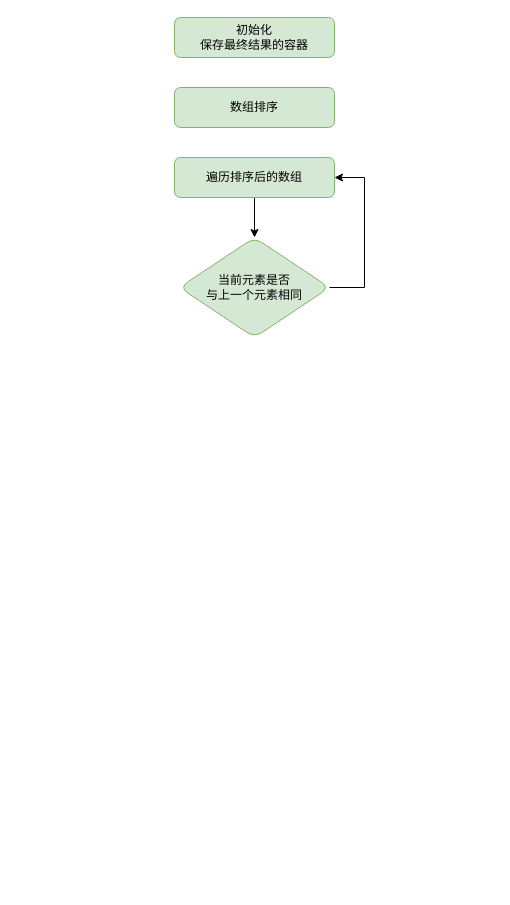
Above: 未命名绘图.drawio in HonyoLAN/telmy (draw.io), before the change. Source tidied: cells renumbered, new cells numbered last; positions are measured from the earlier drawing's top-left corner, leaving out a move shared by most shapes. Both pictures are drawn from the tidied source at 100%, with x=0, y=0 at pixel (174, 17).
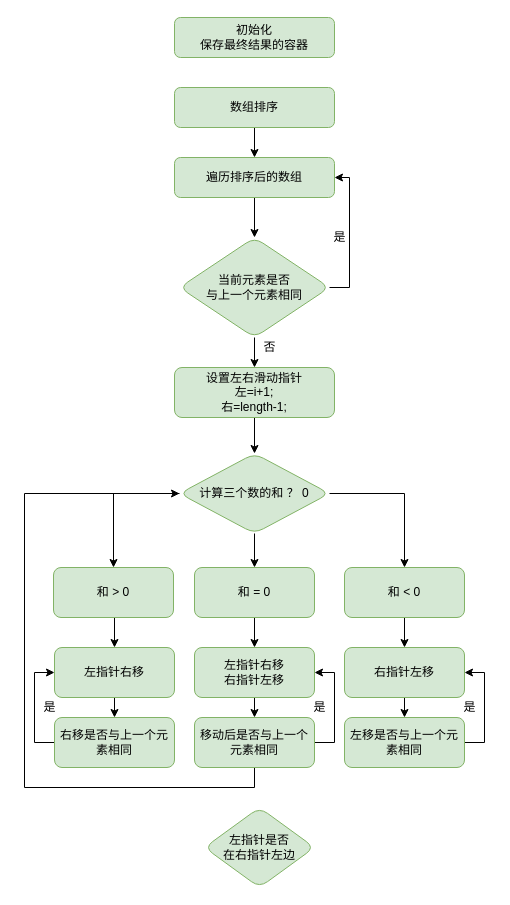
After the change.

Commit message (it also covers changes not shown here):
更新未命名绘图.drawio

Unchanged cells that the change refers to:
```xml
<mxCell id="3" value="数组排序" style="rounded=1;whiteSpace=wrap;html=1;fillColor=#d5e8d4;strokeColor=#82b366;" parent="1" vertex="1">
  <mxGeometry y="70" width="160" height="40" as="geometry" />
</mxCell>
<mxCell id="5" value="遍历排序后的数组" style="rounded=1;whiteSpace=wrap;html=1;fillColor=#d5e8d4;strokeColor=#82b366;" parent="1" vertex="1">
  <mxGeometry y="140" width="160" height="40" as="geometry" />
</mxCell>
<mxCell id="7" value="当前元素是否&lt;br&gt;与上一个元素相同" style="rhombus;whiteSpace=wrap;html=1;fillColor=#d5e8d4;strokeColor=#82b366;rounded=1;" parent="1" vertex="1">
  <mxGeometry x="5" y="220" width="150" height="100" as="geometry" />
</mxCell>
```

What changed in the source:
```diff
@@
+    <mxCell id="8" style="edgeStyle=orthogonalEdgeStyle;rounded=0;jettySize=auto;html=1;exitX=0.5;exitY=1;exitDx=0;exitDy=0;entryX=0.5;entryY=0;entryDx=0;entryDy=0;" parent="1" edge="1" source="3" target="5">
+      <mxGeometry relative="1" as="geometry" />
+    </mxCell>
@@
     <mxCell id="6" style="edgeStyle=orthogonalEdgeStyle;rounded=0;jettySize=auto;html=1;exitX=1;exitY=0.5;exitDx=0;exitDy=0;entryX=1;entryY=0.5;entryDx=0;entryDy=0;" parent="1" edge="1" source="7" target="5">
-      <mxGeometry relative="1" as="geometry">
-        <Array as="points">
-          <mxPoint x="190" y="270" />
-          <mxPoint x="190" y="160" />
-        </Array>
-      </mxGeometry>
+      <mxGeometry relative="1" as="geometry" />
     </mxCell>
+    <mxCell id="9" style="edgeStyle=orthogonalEdgeStyle;rounded=0;jettySize=auto;html=1;exitX=0.5;exitY=1;exitDx=0;exitDy=0;entryX=0.5;entryY=0;entryDx=0;entryDy=0;" parent="1" edge="1" source="7" target="12">
+      <mxGeometry relative="1" as="geometry" />
+    </mxCell>
@@
+    <mxCell id="10" value="是" style="text;html=1;align=center;verticalAlign=middle;strokeColor=none;fillColor=none;" parent="1" vertex="1">
+      <mxGeometry x="150" y="210" width="30" height="20" as="geometry" />
+    </mxCell>
+    <mxCell id="11" style="edgeStyle=orthogonalEdgeStyle;rounded=0;jettySize=auto;html=1;exitX=0.5;exitY=1;exitDx=0;exitDy=0;entryX=0.5;entryY=0;entryDx=0;entryDy=0;" parent="1" edge="1" source="12" target="17">
+      <mxGeometry relative="1" as="geometry" />
+    </mxCell>
+    <mxCell id="12" value="设置左右滑动指针&lt;br&gt;左=i+1;&lt;br&gt;右=length-1;" style="rounded=1;whiteSpace=wrap;html=1;fillColor=#d5e8d4;strokeColor=#82b366;" parent="1" vertex="1">
+      <mxGeometry y="350" width="160" height="50" as="geometry" />
+    </mxCell>
+    <mxCell id="13" value="否" style="text;html=1;align=center;verticalAlign=middle;strokeColor=none;fillColor=none;" parent="1" vertex="1">
+      <mxGeometry x="80" y="320" width="30" height="20" as="geometry" />
+    </mxCell>
+    <mxCell id="14" style="edgeStyle=orthogonalEdgeStyle;rounded=0;jettySize=auto;html=1;exitX=0;exitY=0.5;exitDx=0;exitDy=0;entryX=0.5;entryY=0;entryDx=0;entryDy=0;" parent="1" edge="1" source="17" target="19">
+      <mxGeometry relative="1" as="geometry" />
+    </mxCell>
+    <mxCell id="15" style="edgeStyle=orthogonalEdgeStyle;rounded=0;jettySize=auto;html=1;exitX=0.5;exitY=1;exitDx=0;exitDy=0;entryX=0.5;entryY=0;entryDx=0;entryDy=0;" parent="1" edge="1" source="17" target="21">
+      <mxGeometry relative="1" as="geometry" />
+    </mxCell>
+    <mxCell id="16" style="edgeStyle=orthogonalEdgeStyle;rounded=0;jettySize=auto;html=1;exitX=1;exitY=0.5;exitDx=0;exitDy=0;entryX=0.5;entryY=0;entryDx=0;entryDy=0;" parent="1" edge="1" source="17" target="23">
+      <mxGeometry relative="1" as="geometry" />
+    </mxCell>
+    <mxCell id="17" value="计算三个数的和&amp;nbsp;？ 0" style="rhombus;whiteSpace=wrap;html=1;fillColor=#d5e8d4;strokeColor=#82b366;rounded=1;" parent="1" vertex="1">
+      <mxGeometry x="5" y="436" width="150" height="80" as="geometry" />
+    </mxCell>
+    <mxCell id="18" style="edgeStyle=orthogonalEdgeStyle;rounded=0;jettySize=auto;html=1;exitX=0.5;exitY=1;exitDx=0;exitDy=0;entryX=0.5;entryY=0;entryDx=0;entryDy=0;" parent="1" edge="1" source="19" target="25">
+      <mxGeometry relative="1" as="geometry" />
+    </mxCell>
+    <mxCell id="19" value="和 &amp;gt; 0" style="rounded=1;whiteSpace=wrap;html=1;fillColor=#d5e8d4;strokeColor=#82b366;" parent="1" vertex="1">
+      <mxGeometry x="-121" y="550" width="120" height="50" as="geometry" />
+    </mxCell>
+    <mxCell id="20" style="edgeStyle=orthogonalEdgeStyle;rounded=0;jettySize=auto;html=1;exitX=0.5;exitY=1;exitDx=0;exitDy=0;entryX=0.5;entryY=0;entryDx=0;entryDy=0;" parent="1" edge="1" source="21" target="29">
+      <mxGeometry relative="1" as="geometry" />
+    </mxCell>
+    <mxCell id="21" value="和 = 0" style="rounded=1;whiteSpace=wrap;html=1;fillColor=#d5e8d4;strokeColor=#82b366;" parent="1" vertex="1">
+      <mxGeometry x="20" y="550" width="120" height="50" as="geometry" />
+    </mxCell>
+    <mxCell id="22" style="edgeStyle=orthogonalEdgeStyle;rounded=0;jettySize=auto;html=1;exitX=0.5;exitY=1;exitDx=0;exitDy=0;entryX=0.5;entryY=0;entryDx=0;entryDy=0;" parent="1" edge="1" source="23" target="27">
+      <mxGeometry relative="1" as="geometry" />
+    </mxCell>
+    <mxCell id="23" value="和 &amp;lt; 0" style="rounded=1;whiteSpace=wrap;html=1;fillColor=#d5e8d4;strokeColor=#82b366;" parent="1" vertex="1">
+      <mxGeometry x="170" y="550" width="120" height="50" as="geometry" />
+    </mxCell>
+    <mxCell id="24" style="edgeStyle=orthogonalEdgeStyle;rounded=0;jettySize=auto;html=1;exitX=0.5;exitY=1;exitDx=0;exitDy=0;entryX=0.5;entryY=0;entryDx=0;entryDy=0;" parent="1" edge="1" source="25" target="31">
+      <mxGeometry relative="1" as="geometry" />
+    </mxCell>
+    <mxCell id="25" value="左指针右移" style="rounded=1;whiteSpace=wrap;html=1;fillColor=#d5e8d4;strokeColor=#82b366;" parent="1" vertex="1">
+      <mxGeometry x="-120" y="630" width="120" height="50" as="geometry" />
+    </mxCell>
+    <mxCell id="26" style="edgeStyle=orthogonalEdgeStyle;rounded=0;jettySize=auto;html=1;exitX=0.5;exitY=1;exitDx=0;exitDy=0;entryX=0.5;entryY=0;entryDx=0;entryDy=0;" parent="1" edge="1" source="27" target="33">
+      <mxGeometry relative="1" as="geometry" />
+    </mxCell>
+    <mxCell id="27" value="右指针左移" style="rounded=1;whiteSpace=wrap;html=1;fillColor=#d5e8d4;strokeColor=#82b366;" parent="1" vertex="1">
+      <mxGeometry x="170" y="630" width="120" height="50" as="geometry" />
+    </mxCell>
+    <mxCell id="28" style="edgeStyle=orthogonalEdgeStyle;rounded=0;jettySize=auto;html=1;exitX=0.5;exitY=1;exitDx=0;exitDy=0;entryX=0.5;entryY=0;entryDx=0;entryDy=0;" parent="1" edge="1" source="29" target="36">
+      <mxGeometry relative="1" as="geometry" />
+    </mxCell>
+    <mxCell id="29" value="左指针右移&lt;br&gt;右指针左移" style="rounded=1;whiteSpace=wrap;html=1;fillColor=#d5e8d4;strokeColor=#82b366;" parent="1" vertex="1">
+      <mxGeometry x="20" y="630" width="120" height="50" as="geometry" />
+    </mxCell>
+    <mxCell id="30" style="edgeStyle=orthogonalEdgeStyle;rounded=0;jettySize=auto;html=1;exitX=0;exitY=0.5;exitDx=0;exitDy=0;entryX=0;entryY=0.5;entryDx=0;entryDy=0;" parent="1" edge="1" source="31" target="25">
+      <mxGeometry relative="1" as="geometry" />
+    </mxCell>
+    <mxCell id="31" value="右移是否与上一个元素相同" style="rounded=1;whiteSpace=wrap;html=1;fillColor=#d5e8d4;strokeColor=#82b366;" parent="1" vertex="1">
+      <mxGeometry x="-120" y="700" width="120" height="50" as="geometry" />
+    </mxCell>
+    <mxCell id="32" style="edgeStyle=orthogonalEdgeStyle;rounded=0;jettySize=auto;html=1;exitX=1;exitY=0.5;exitDx=0;exitDy=0;entryX=1;entryY=0.5;entryDx=0;entryDy=0;" parent="1" edge="1" source="33" target="27">
+      <mxGeometry relative="1" as="geometry" />
+    </mxCell>
+    <mxCell id="33" value="左移是否与上一个元素相同" style="rounded=1;whiteSpace=wrap;html=1;fillColor=#d5e8d4;strokeColor=#82b366;" parent="1" vertex="1">
+      <mxGeometry x="170" y="700" width="120" height="50" as="geometry" />
+    </mxCell>
+    <mxCell id="34" style="edgeStyle=orthogonalEdgeStyle;rounded=0;jettySize=auto;html=1;exitX=1;exitY=0.5;exitDx=0;exitDy=0;entryX=1;entryY=0.5;entryDx=0;entryDy=0;" parent="1" edge="1" source="36" target="29">
+      <mxGeometry relative="1" as="geometry" />
+    </mxCell>
+    <mxCell id="35" style="edgeStyle=orthogonalEdgeStyle;rounded=0;jettySize=auto;html=1;exitX=0.5;exitY=1;exitDx=0;exitDy=0;entryX=0;entryY=0.5;entryDx=0;entryDy=0;" parent="1" edge="1" source="36" target="17">
+      <mxGeometry relative="1" as="geometry">
+        <Array as="points">
+          <mxPoint x="80" y="770" />
+          <mxPoint x="-150" y="770" />
+          <mxPoint x="-150" y="476" />
+        </Array>
+      </mxGeometry>
+    </mxCell>
+    <mxCell id="36" value="移动后是否与上一个元素相同" style="rounded=1;whiteSpace=wrap;html=1;fillColor=#d5e8d4;strokeColor=#82b366;" parent="1" vertex="1">
+      <mxGeometry x="20" y="700" width="120" height="50" as="geometry" />
+    </mxCell>
+    <mxCell id="37" value="是" style="text;html=1;align=center;verticalAlign=middle;strokeColor=none;fillColor=none;" parent="1" vertex="1">
+      <mxGeometry x="-140" y="680" width="30" height="20" as="geometry" />
+    </mxCell>
+    <mxCell id="38" value="是" style="text;html=1;align=center;verticalAlign=middle;strokeColor=none;fillColor=none;" parent="1" vertex="1">
+      <mxGeometry x="280" y="680" width="30" height="20" as="geometry" />
+    </mxCell>
+    <mxCell id="39" value="是" style="text;html=1;align=center;verticalAlign=middle;strokeColor=none;fillColor=none;" parent="1" vertex="1">
+      <mxGeometry x="130" y="680" width="30" height="20" as="geometry" />
+    </mxCell>
+    <mxCell id="40" value="&lt;span&gt;左指针是否&lt;br&gt;在右指针左边&lt;/span&gt;" style="rhombus;whiteSpace=wrap;html=1;fillColor=#d5e8d4;strokeColor=#82b366;rounded=1;" parent="1" vertex="1">
+      <mxGeometry x="30" y="790" width="110" height="80" as="geometry" />
+    </mxCell>
```
